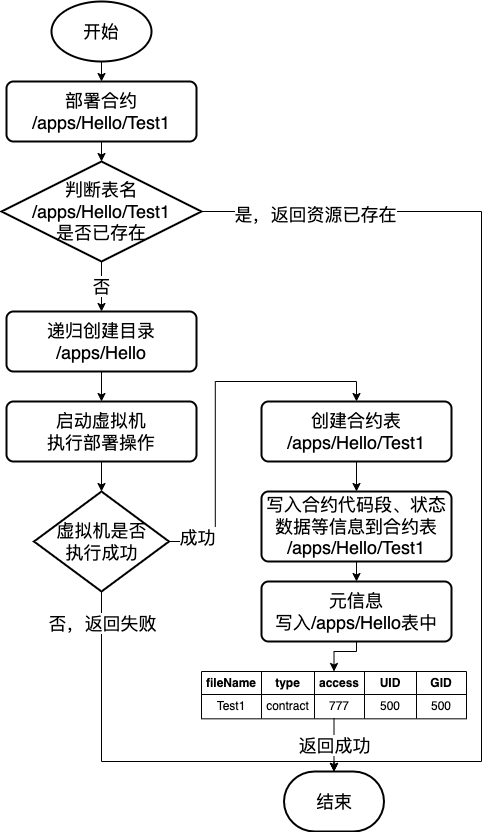
Before: 3.x/zh_CN/images/design/bfs_in_deploy.png, a diagram exported from draw.io (FISCO-BCOS/FISCO-BCOS-DOC). Source tidied: cells renumbered, new cells last; positions are measured from the earlier drawing's top-left corner, leaving out a move shared by most shapes.
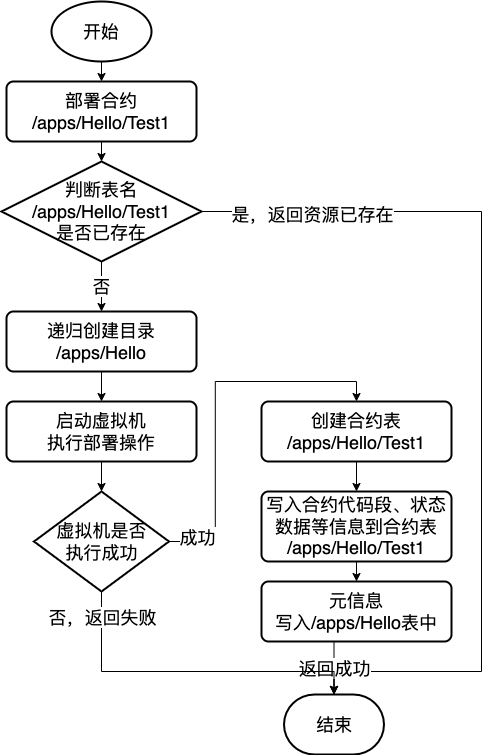
After the change.

What changed in the source:
```diff
@@ -21,8 +21,8 @@
       <mxGeometry relative="1" as="geometry">
         <Array as="points">
           <mxPoint x="480" y="210" />
-          <mxPoint x="480" y="760" />
-          <mxPoint x="333" y="760" />
+          <mxPoint x="480" y="670" />
+          <mxPoint x="333" y="670" />
         </Array>
       </mxGeometry>
     </mxCell>
@@ -38,7 +38,7 @@
       <mxGeometry x="5" y="310" width="190" height="60" as="geometry" />
     </mxCell>
     <mxCell id="11" value="结束" style="strokeWidth=2;html=1;shape=mxgraph.flowchart.terminator;whiteSpace=wrap;fontSize=18;" parent="1" vertex="1">
-      <mxGeometry x="282.5" y="770" width="100" height="60" as="geometry" />
+      <mxGeometry x="282.5" y="693" width="100" height="60" as="geometry" />
     </mxCell>
     <mxCell id="12" style="edgeStyle=orthogonalEdgeStyle;rounded=0;jettySize=auto;html=1;exitX=0.5;exitY=1;exitDx=0;exitDy=0;startArrow=none;startFill=0;endArrow=classic;endFill=1;fontSize=18;" parent="1" edge="1" source="10" target="31">
       <mxGeometry relative="1" as="geometry" />
@@ -49,47 +49,10 @@
     <mxCell id="14" value="创建合约表&lt;br&gt;/apps/Hello/Test1" style="rounded=1;whiteSpace=wrap;html=1;absoluteArcSize=1;arcSize=14;strokeWidth=2;fontSize=18;" parent="1" vertex="1">
       <mxGeometry x="260" y="400" width="190" height="60" as="geometry" />
     </mxCell>
-    <mxCell id="15" style="shape=table;html=1;whiteSpace=wrap;startSize=0;direction=north;flipV=1;" parent="1" vertex="1">
-      <mxGeometry x="200" y="670" width="265" height="47.3" as="geometry" />
-    </mxCell>
-    <mxCell id="16" style="shape=partialRectangle;html=1;whiteSpace=wrap;fillColor=none;top=0;left=0;bottom=0;right=0;points=[[0,0.5],[1,0.5]];portConstraint=eastwest;flipV=1;direction=north;fontStyle=0;" parent="15" vertex="1">
-      <mxGeometry width="265" height="23" as="geometry" />
-    </mxCell>
-    <mxCell id="17" value="&lt;b&gt;fileName&lt;/b&gt;" style="shape=partialRectangle;html=1;whiteSpace=wrap;fillColor=none;top=0;left=0;bottom=0;right=0;overflow=hidden;direction=north;flipV=1;" parent="16" vertex="1">
-      <mxGeometry width="60" height="23" as="geometry" />
-    </mxCell>
-    <mxCell id="18" value="&lt;b&gt;type&lt;/b&gt;" style="shape=partialRectangle;html=1;whiteSpace=wrap;fillColor=none;top=0;left=0;bottom=0;right=0;overflow=hidden;direction=north;flipV=1;" parent="16" vertex="1">
-      <mxGeometry x="60" width="53" height="23" as="geometry" />
-    </mxCell>
-    <mxCell id="19" value="&lt;b&gt;access&lt;/b&gt;" style="shape=partialRectangle;html=1;whiteSpace=wrap;fillColor=none;top=0;left=0;bottom=0;right=0;overflow=hidden;direction=north;flipV=1;" parent="16" vertex="1">
-      <mxGeometry x="113" width="50" height="23" as="geometry" />
-    </mxCell>
-    <mxCell id="20" value="&lt;b&gt;UID&lt;/b&gt;" style="shape=partialRectangle;html=1;whiteSpace=wrap;fillColor=none;top=0;left=0;bottom=0;right=0;overflow=hidden;direction=north;flipV=1;" parent="16" vertex="1">
-      <mxGeometry x="163" width="52" height="23" as="geometry" />
-    </mxCell>
-    <mxCell id="21" value="&lt;b&gt;GID&lt;/b&gt;" style="shape=partialRectangle;html=1;whiteSpace=wrap;fillColor=none;top=0;left=0;bottom=0;right=0;overflow=hidden;direction=north;flipV=1;" parent="16" vertex="1">
-      <mxGeometry x="215" width="50" height="23" as="geometry" />
-    </mxCell>
-    <mxCell id="22" style="shape=partialRectangle;html=1;whiteSpace=wrap;fillColor=none;top=0;left=0;bottom=0;right=0;points=[[0,0.5],[1,0.5]];portConstraint=eastwest;flipV=1;direction=north;" parent="15" vertex="1">
-      <mxGeometry y="23" width="265" height="24" as="geometry" />
-    </mxCell>
-    <mxCell id="23" value="Test1" style="shape=partialRectangle;html=1;whiteSpace=wrap;fillColor=none;top=0;left=0;bottom=0;right=0;overflow=hidden;direction=north;flipV=1;" parent="22" vertex="1">
-      <mxGeometry width="60" height="24" as="geometry" />
-    </mxCell>
-    <mxCell id="24" value="contract" style="shape=partialRectangle;html=1;whiteSpace=wrap;fillColor=none;top=0;left=0;bottom=0;right=0;overflow=hidden;direction=north;flipV=1;" parent="22" vertex="1">
-      <mxGeometry x="60" width="53" height="24" as="geometry" />
-    </mxCell>
-    <mxCell id="25" value="777" style="shape=partialRectangle;html=1;whiteSpace=wrap;fillColor=none;top=0;left=0;bottom=0;right=0;overflow=hidden;direction=north;flipV=1;" parent="22" vertex="1">
-      <mxGeometry x="113" width="50" height="24" as="geometry" />
-    </mxCell>
-    <mxCell id="26" value="500" style="shape=partialRectangle;html=1;whiteSpace=wrap;fillColor=none;top=0;left=0;bottom=0;right=0;overflow=hidden;direction=north;flipV=1;" parent="22" vertex="1">
-      <mxGeometry x="163" width="52" height="24" as="geometry" />
-    </mxCell>
-    <mxCell id="27" value="500" style="shape=partialRectangle;html=1;whiteSpace=wrap;fillColor=none;top=0;left=0;bottom=0;right=0;overflow=hidden;direction=north;flipV=1;" parent="22" vertex="1">
-      <mxGeometry x="215" width="50" height="24" as="geometry" />
-    </mxCell>
-    <mxCell id="28" style="edgeStyle=orthogonalEdgeStyle;rounded=0;jettySize=auto;html=1;exitX=0;exitY=0.5;exitDx=0;exitDy=0;entryX=0.5;entryY=0;entryDx=0;entryDy=0;entryPerimeter=0;startArrow=none;startFill=0;endArrow=classic;endFill=1;fontSize=18;" parent="1" edge="1" source="22" target="11">
-      <mxGeometry relative="1" as="geometry" />
+    <mxCell id="28" style="edgeStyle=orthogonalEdgeStyle;rounded=0;jettySize=auto;html=1;exitX=0;exitY=0.5;exitDx=0;exitDy=0;entryX=0.5;entryY=0;entryDx=0;entryDy=0;entryPerimeter=0;startArrow=none;startFill=0;endArrow=classic;endFill=1;fontSize=18;" parent="1" edge="1" target="11">
+      <mxGeometry relative="1" as="geometry">
+        <mxPoint x="332.5" y="640" as="sourcePoint" />
+      </mxGeometry>
     </mxCell>
     <mxCell id="29" value="返回成功" style="edgeLabel;html=1;align=center;verticalAlign=middle;fontSize=18;" parent="28" vertex="1">
       <mxGeometry x="-0.45" y="2" relative="1" as="geometry">
@@ -113,8 +76,8 @@
     <mxCell id="34" style="edgeStyle=orthogonalEdgeStyle;rounded=0;jettySize=auto;html=1;exitX=0.5;exitY=1;exitDx=0;exitDy=0;exitPerimeter=0;entryX=0.5;entryY=0;entryDx=0;entryDy=0;entryPerimeter=0;startArrow=none;startFill=0;endArrow=classic;endFill=1;fontSize=18;" parent="1" edge="1" source="36" target="11">
       <mxGeometry relative="1" as="geometry">
         <Array as="points">
-          <mxPoint x="100" y="760" />
-          <mxPoint x="333" y="760" />
+          <mxPoint x="100" y="670" />
+          <mxPoint x="333" y="670" />
         </Array>
       </mxGeometry>
     </mxCell>
@@ -124,14 +87,6 @@
     <mxCell id="36" value="虚拟机是否&lt;br&gt;执行成功" style="strokeWidth=2;html=1;shape=mxgraph.flowchart.decision;whiteSpace=wrap;fontSize=18;" parent="1" vertex="1">
       <mxGeometry x="32.5" y="490" width="135" height="100" as="geometry" />
     </mxCell>
-    <mxCell id="37" style="edgeStyle=orthogonalEdgeStyle;rounded=0;jettySize=auto;html=1;exitX=0.5;exitY=1;exitDx=0;exitDy=0;entryX=1;entryY=0.5;entryDx=0;entryDy=0;startArrow=none;startFill=0;endArrow=classic;endFill=1;fontSize=18;" parent="1" edge="1" source="38" target="16">
-      <mxGeometry relative="1" as="geometry">
-        <Array as="points">
-          <mxPoint x="355" y="650" />
-          <mxPoint x="333" y="650" />
-        </Array>
-      </mxGeometry>
-    </mxCell>
     <mxCell id="38" value="元信息&lt;br&gt;写入/apps/Hello表中" style="rounded=1;whiteSpace=wrap;html=1;absoluteArcSize=1;arcSize=14;strokeWidth=2;fontSize=18;" parent="1" vertex="1">
       <mxGeometry x="260" y="580" width="190" height="60" as="geometry" />
     </mxCell>
```
